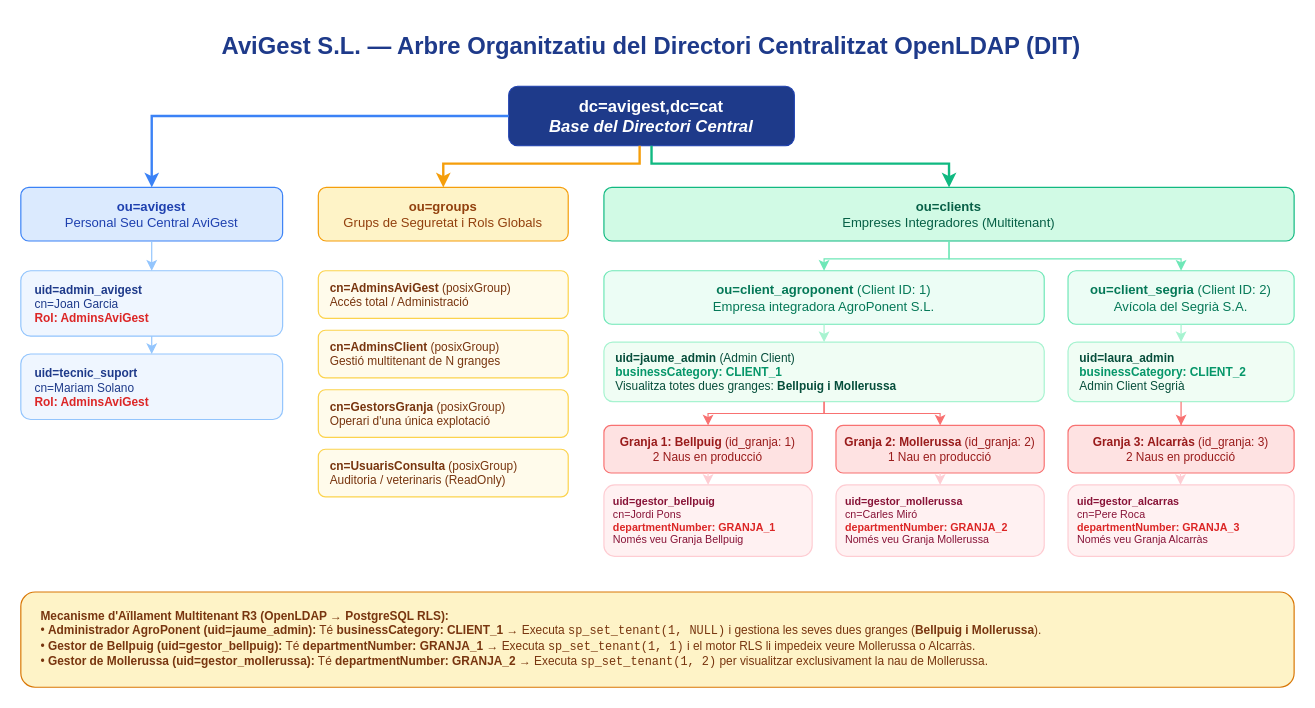
Above: docs/diagrames/esquema_ldap.drawio in JoanGarcia25/avigest-projecte (draw.io), before the change. Source tidied: cells renumbered, new cells numbered last; positions are measured from the earlier drawing's top-left corner, leaving out a move shared by most shapes. Both pictures are drawn from the tidied source at 119%, with x=0, y=0 at pixel (20, 20).
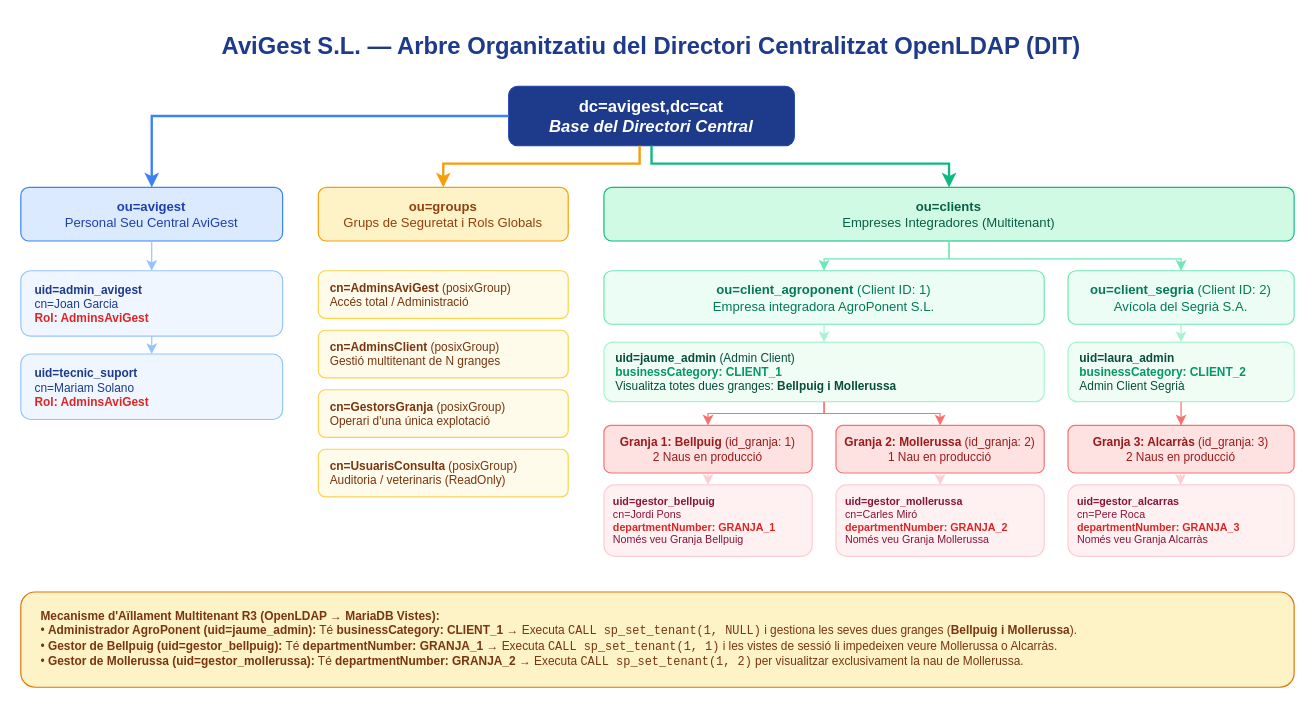
Above is the later version.

Change to the diagram source:
```diff
@@
-    <mxCell id="23" value="&lt;b&gt;Mecanisme d'Aïllament Multitenant R3 (OpenLDAP &amp;rarr; PostgreSQL RLS):&lt;/b&gt;&lt;br&gt;• &lt;b&gt;Administrador AgroPonent (uid=jaume_admin):&lt;/b&gt; Té &lt;b&gt;businessCategory: CLIENT_1&lt;/b&gt; &amp;rarr; Executa &lt;code&gt;sp_set_tenant(1, NULL)&lt;/code&gt; i gestiona les seves dues granges (&lt;b&gt;Bellpuig i Mollerussa&lt;/b&gt;).&lt;br&gt;• &lt;b&gt;Gestor de Bellpuig (uid=gestor_bellpuig):&lt;/b&gt; Té &lt;b&gt;departmentNumber: GRANJA_1&lt;/b&gt; &amp;rarr; Executa &lt;code&gt;sp_set_tenant(1, 1)&lt;/code&gt; i el motor RLS li impedeix veure Mollerussa o Alcarràs.&lt;br&gt;• &lt;b&gt;Gestor de Mollerussa (uid=gestor_mollerussa):&lt;/b&gt; Té &lt;b&gt;departmentNumber: GRANJA_2&lt;/b&gt; &amp;rarr; Executa &lt;code&gt;sp_set_tenant(1, 2)&lt;/code&gt; per visualitzar exclusivament la nau de Mollerussa." style="rounded=1;whiteSpace=wrap;html=1;fillColor=#FEF3C7;strokeColor=#D97706;fontColor=#78350F;align=left;spacingLeft=15;fontSize=10;" parent="1" vertex="1">
+    <mxCell id="23" value="&lt;b&gt;Mecanisme d'Aïllament Multitenant R3 (OpenLDAP &amp;rarr; MariaDB Vistes):&lt;/b&gt;&lt;br&gt;• &lt;b&gt;Administrador AgroPonent (uid=jaume_admin):&lt;/b&gt; Té &lt;b&gt;businessCategory: CLIENT_1&lt;/b&gt; &amp;rarr; Executa &lt;code&gt;CALL sp_set_tenant(1, NULL)&lt;/code&gt; i gestiona les seves dues granges (&lt;b&gt;Bellpuig i Mollerussa&lt;/b&gt;).&lt;br&gt;• &lt;b&gt;Gestor de Bellpuig (uid=gestor_bellpuig):&lt;/b&gt; Té &lt;b&gt;departmentNumber: GRANJA_1&lt;/b&gt; &amp;rarr; Executa &lt;code&gt;CALL sp_set_tenant(1, 1)&lt;/code&gt; i les vistes de sessió li impedeixen veure Mollerussa o Alcarràs.&lt;br&gt;• &lt;b&gt;Gestor de Mollerussa (uid=gestor_mollerussa):&lt;/b&gt; Té &lt;b&gt;departmentNumber: GRANJA_2&lt;/b&gt; &amp;rarr; Executa &lt;code&gt;CALL sp_set_tenant(1, 2)&lt;/code&gt; per visualitzar exclusivament la nau de Mollerussa." style="rounded=1;whiteSpace=wrap;html=1;fillColor=#FEF3C7;strokeColor=#D97706;fontColor=#78350F;align=left;spacingLeft=15;fontSize=10;" parent="1" vertex="1">
       <mxGeometry y="480" width="1070" height="80" as="geometry" />
     </mxCell>
```
